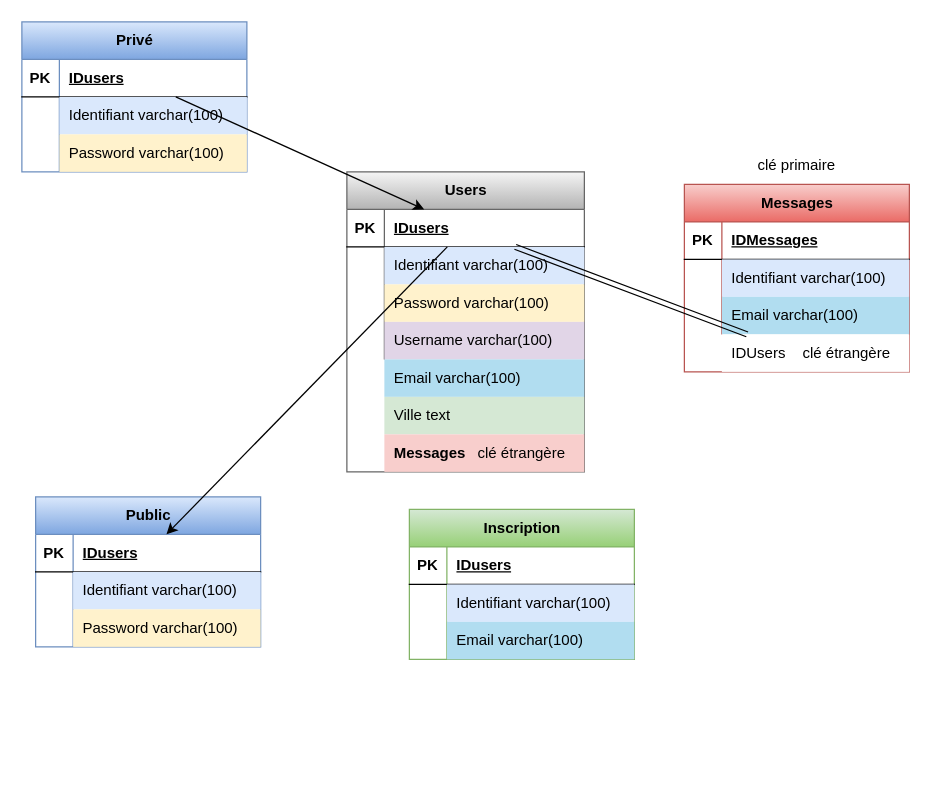
This is sql/schema.drawio from SoleneVandercruyssen/Projet2, a draw.io file, before an edit. Source tidied: cells renumbered, new cells numbered last; positions are measured from the earlier drawing's top-left corner, leaving out a move shared by most shapes. Both pictures are drawn from the tidied source at 125%, with x=0, y=0 at pixel (21, 21).
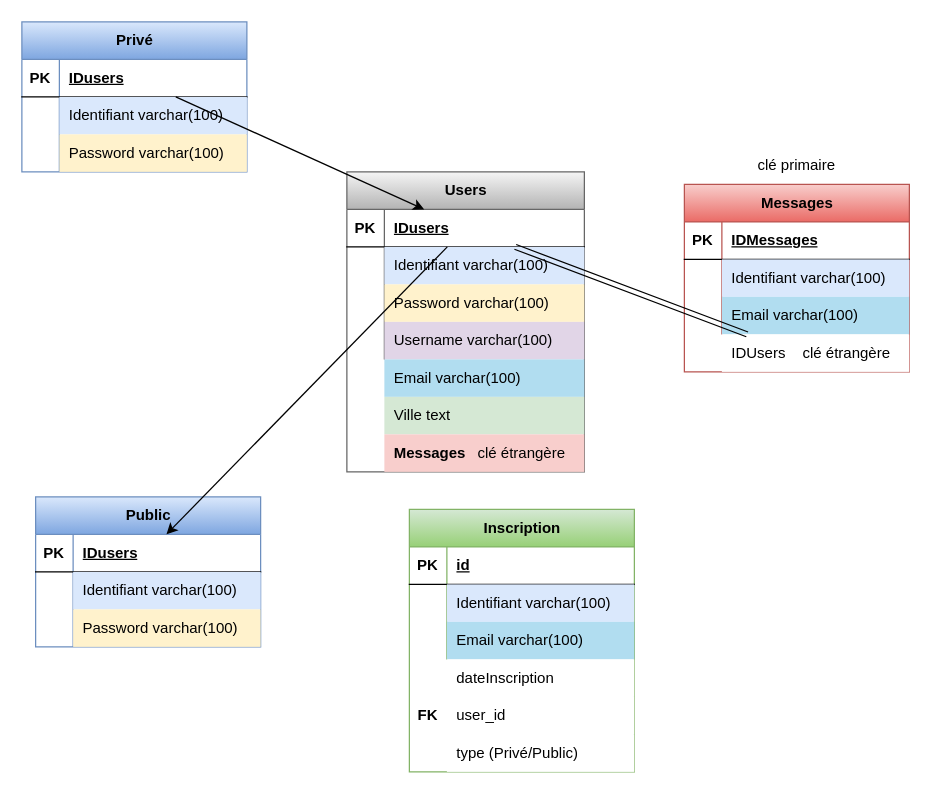
Above is the later version.

The change refers to these unchanged cells:
```xml
<mxCell id="39" style="shape=tableRow;horizontal=0;startSize=0;swimlaneHead=0;swimlaneBody=0;fillColor=none;top=0;left=0;right=0;bottom=1;" parent="38" vertex="1">
  <mxGeometry y="30" width="180" height="30" as="geometry" />
</mxCell>
```

Change to the diagram source:
```diff
@@
     <mxCell id="38" value="Inscription" style="shape=table;startSize=30;childLayout=tableLayout;rowLines=0;fontStyle=1;align=center;html=1;fillColor=#d5e8d4;gradientColor=#97d077;strokeColor=#82b366;" parent="1" vertex="1">
-      <mxGeometry x="310" y="390" width="180" height="120" as="geometry" />
+      <mxGeometry x="310" y="390" width="180" height="210" as="geometry" />
     </mxCell>
@@
-    <mxCell id="41" value="IDusers" style="shape=partialRectangle;fillColor=none;top=0;left=0;bottom=0;right=0;align=left;spacingLeft=6;fontStyle=5;overflow=hidden;whiteSpace=wrap;html=1;" parent="39" vertex="1">
+    <mxCell id="41" value="id" style="shape=partialRectangle;fillColor=none;top=0;left=0;bottom=0;right=0;align=left;spacingLeft=6;fontStyle=5;overflow=hidden;whiteSpace=wrap;html=1;" parent="39" vertex="1">
       <mxGeometry x="30" width="150" height="30" as="geometry" />
     </mxCell>
@@
+    <mxCell id="67" style="shape=tableRow;horizontal=0;startSize=0;swimlaneHead=0;swimlaneBody=0;fillColor=none;top=0;left=0;right=0;bottom=0;" parent="1" vertex="1">
+      <mxGeometry x="310" y="510" width="180" height="30" as="geometry" />
+    </mxCell>
+    <mxCell id="68" style="shape=partialRectangle;fillColor=none;top=0;left=0;bottom=0;right=0;overflow=hidden;whiteSpace=wrap;html=1;" parent="67" vertex="1">
+      <mxGeometry width="30" height="30" as="geometry" />
+    </mxCell>
+    <mxCell id="69" value="dateInscription" style="shape=partialRectangle;top=0;left=0;bottom=0;right=0;align=left;spacingLeft=6;overflow=hidden;whiteSpace=wrap;html=1;" parent="67" vertex="1">
+      <mxGeometry x="30" width="150" height="30" as="geometry" />
+    </mxCell>
+    <mxCell id="70" value="user_id" style="shape=partialRectangle;top=0;left=0;bottom=0;right=0;align=left;spacingLeft=6;overflow=hidden;whiteSpace=wrap;html=1;" parent="1" vertex="1">
+      <mxGeometry x="340" y="540" width="150" height="30" as="geometry" />
+    </mxCell>
+    <mxCell id="71" value="type (Privé/Public)" style="shape=partialRectangle;top=0;left=0;bottom=0;right=0;align=left;spacingLeft=6;overflow=hidden;whiteSpace=wrap;html=1;" parent="1" vertex="1">
+      <mxGeometry x="340" y="570" width="150" height="30" as="geometry" />
+    </mxCell>
+    <mxCell id="72" value="FK" style="shape=partialRectangle;fillColor=none;top=0;left=0;bottom=0;right=0;fontStyle=1;overflow=hidden;whiteSpace=wrap;html=1;" parent="1" vertex="1">
+      <mxGeometry x="310" y="540" width="30" height="30" as="geometry" />
+    </mxCell>
```
